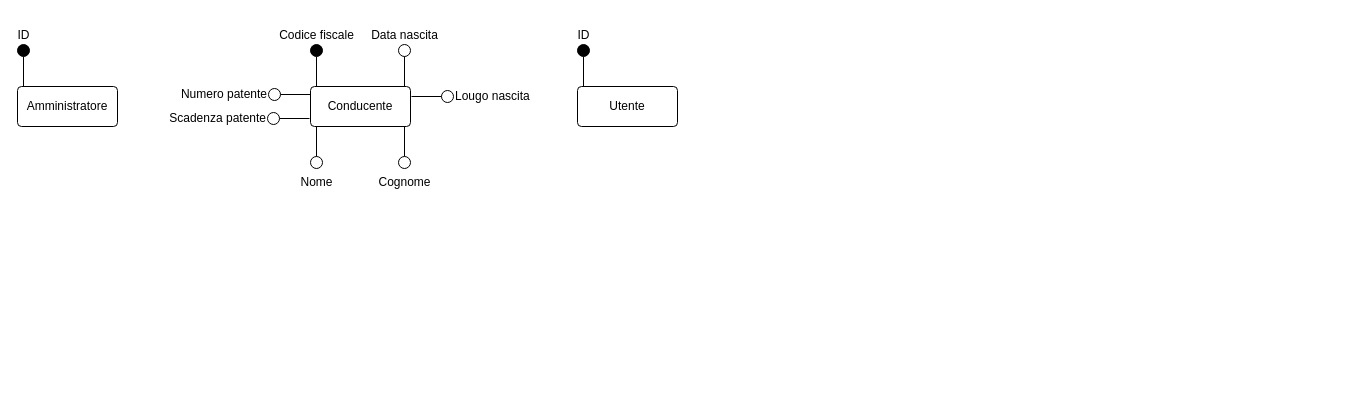
Earlier version of the draw.io diagram page "Turni" (2 of 3) of doc/ER-Diagram.drawio (FNX-hub/Public-Transport-DB). Source tidied: cells renumbered, new cells numbered last; positions are measured from the earlier drawing's top-left corner, leaving out a move shared by most shapes. Both pictures are drawn from the tidied source at 100%, with x=0, y=0 at pixel (17, 44).
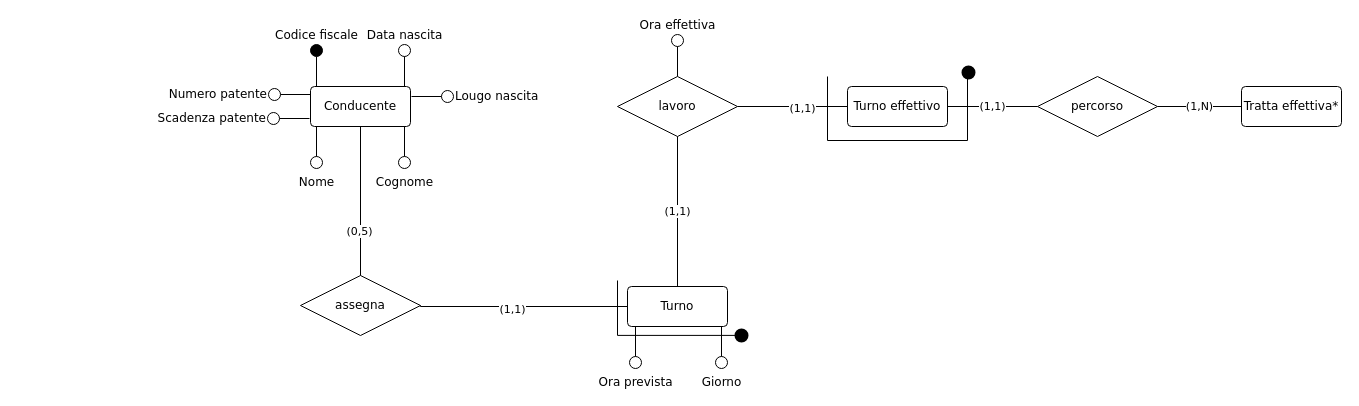
After the change.

The edit, as a diff of the source:
```diff
@@
-    <mxCell id="2" value="Amministratore" style="rounded=1;arcSize=10;whiteSpace=wrap;html=1;align=center;strokeWidth=1;fillColor=#FFFFFF;" parent="1" vertex="1">
-      <mxGeometry y="42" width="100" height="40" as="geometry" />
-    </mxCell>
-    <mxCell id="3" value="ID" style="shape=mxgraph.pid.fittings.blind_disc;html=1;align=center;verticalLabelPosition=top;verticalAlign=bottom;dashed=0;labelPosition=center;strokeWidth=1;fillColor=#FFFFFF;" parent="1" vertex="1">
-      <mxGeometry width="12" height="42" as="geometry" />
-    </mxCell>
-    <mxCell id="4" value="Conducente" style="rounded=1;arcSize=10;whiteSpace=wrap;html=1;align=center;strokeWidth=1;fillColor=#FFFFFF;" parent="1" vertex="1">
+    <mxCell id="4" value="Conducente" style="rounded=1;arcSize=10;whiteSpace=wrap;html=1;align=center;strokeWidth=1;fillColor=#FFFFFF;fontFamily=Verdana;" parent="1" vertex="1">
       <mxGeometry x="293" y="42" width="100" height="40" as="geometry" />
     </mxCell>
-    <mxCell id="5" value="Codice fiscale" style="shape=mxgraph.pid.fittings.blind_disc;html=1;align=center;verticalLabelPosition=top;verticalAlign=bottom;dashed=0;labelPosition=center;strokeWidth=1;fillColor=#FFFFFF;" parent="1" vertex="1">
+    <mxCell id="5" value="Codice fiscale" style="shape=mxgraph.pid.fittings.blind_disc;html=1;align=center;verticalLabelPosition=top;verticalAlign=bottom;dashed=0;labelPosition=center;strokeWidth=1;fillColor=#FFFFFF;fontFamily=Verdana;" parent="1" vertex="1">
       <mxGeometry x="293" width="12" height="42" as="geometry" />
     </mxCell>
-    <mxCell id="6" value="&lt;div&gt;Data nascita&lt;/div&gt;" style="shape=mxgraph.pid.fittings.open_disc;html=1;align=center;verticalLabelPosition=top;verticalAlign=bottom;dashed=0;labelPosition=center;strokeWidth=1;fillColor=#FFFFFF;" parent="1" vertex="1">
+    <mxCell id="6" value="&lt;div&gt;Data nascita&lt;/div&gt;" style="shape=mxgraph.pid.fittings.open_disc;html=1;align=center;verticalLabelPosition=top;verticalAlign=bottom;dashed=0;labelPosition=center;strokeWidth=1;fillColor=#FFFFFF;fontFamily=Verdana;" parent="1" vertex="1">
       <mxGeometry x="381" width="12" height="42" as="geometry" />
     </mxCell>
-    <mxCell id="7" value="Cognome" style="shape=mxgraph.pid.fittings.open_disc;html=1;align=center;verticalLabelPosition=bottom;verticalAlign=top;dashed=0;labelPosition=center;horizontal=1;direction=west;strokeWidth=1;fillColor=#FFFFFF;" parent="1" vertex="1">
+    <mxCell id="7" value="Cognome" style="shape=mxgraph.pid.fittings.open_disc;html=1;align=center;verticalLabelPosition=bottom;verticalAlign=top;dashed=0;labelPosition=center;horizontal=1;direction=west;strokeWidth=1;fillColor=#FFFFFF;fontFamily=Verdana;" parent="1" vertex="1">
       <mxGeometry x="381" y="82" width="12" height="42" as="geometry" />
     </mxCell>
-    <mxCell id="8" value="Nome" style="shape=mxgraph.pid.fittings.open_disc;html=1;align=center;verticalLabelPosition=bottom;verticalAlign=top;dashed=0;labelPosition=center;horizontal=1;direction=west;strokeWidth=1;fillColor=#FFFFFF;" parent="1" vertex="1">
+    <mxCell id="8" value="Nome" style="shape=mxgraph.pid.fittings.open_disc;html=1;align=center;verticalLabelPosition=bottom;verticalAlign=top;dashed=0;labelPosition=center;horizontal=1;direction=west;strokeWidth=1;fillColor=#FFFFFF;fontFamily=Verdana;" parent="1" vertex="1">
       <mxGeometry x="293" y="82" width="12" height="42" as="geometry" />
     </mxCell>
-    <mxCell id="9" value="&lt;div&gt;Lougo nascita&lt;/div&gt;" style="shape=mxgraph.pid.fittings.open_disc;html=1;align=left;verticalLabelPosition=middle;verticalAlign=middle;dashed=0;labelPosition=right;horizontal=1;direction=south;strokeWidth=1;fillColor=#FFFFFF;" parent="1" vertex="1">
+    <mxCell id="9" value="&lt;div&gt;Lougo nascita&lt;/div&gt;" style="shape=mxgraph.pid.fittings.open_disc;html=1;align=left;verticalLabelPosition=middle;verticalAlign=middle;dashed=0;labelPosition=right;horizontal=1;direction=south;strokeWidth=1;fillColor=#FFFFFF;fontFamily=Verdana;" parent="1" vertex="1">
       <mxGeometry x="394" y="46" width="42" height="12" as="geometry" />
     </mxCell>
-    <mxCell id="10" value="Numero patente" style="shape=mxgraph.pid.fittings.open_disc;html=1;align=right;verticalLabelPosition=middle;verticalAlign=middle;dashed=0;labelPosition=left;horizontal=1;direction=south;strokeWidth=1;fillColor=#FFFFFF;flipH=1;" parent="1" vertex="1">
+    <mxCell id="10" value="Numero patente" style="shape=mxgraph.pid.fittings.open_disc;html=1;align=right;verticalLabelPosition=middle;verticalAlign=middle;dashed=0;labelPosition=left;horizontal=1;direction=south;strokeWidth=1;fillColor=#FFFFFF;flipH=1;fontFamily=Verdana;" parent="1" vertex="1">
       <mxGeometry x="251" y="44" width="42" height="12" as="geometry" />
     </mxCell>
-    <mxCell id="11" value="Scadenza patente" style="shape=mxgraph.pid.fittings.open_disc;html=1;align=right;verticalLabelPosition=middle;verticalAlign=middle;dashed=0;labelPosition=left;horizontal=1;direction=south;strokeWidth=1;fillColor=#FFFFFF;flipH=1;" parent="1" vertex="1">
+    <mxCell id="11" value="Scadenza patente" style="shape=mxgraph.pid.fittings.open_disc;html=1;align=right;verticalLabelPosition=middle;verticalAlign=middle;dashed=0;labelPosition=left;horizontal=1;direction=south;strokeWidth=1;fillColor=#FFFFFF;flipH=1;fontFamily=Verdana;" parent="1" vertex="1">
       <mxGeometry x="250" y="68" width="42" height="12" as="geometry" />
     </mxCell>
-    <mxCell id="12" value="Utente" style="rounded=1;arcSize=10;whiteSpace=wrap;html=1;align=center;strokeWidth=1;fillColor=#FFFFFF;" parent="1" vertex="1">
-      <mxGeometry x="560" y="42" width="100" height="40" as="geometry" />
-    </mxCell>
-    <mxCell id="13" value="ID" style="shape=mxgraph.pid.fittings.blind_disc;html=1;align=center;verticalLabelPosition=top;verticalAlign=bottom;dashed=0;labelPosition=center;strokeWidth=1;fillColor=#FFFFFF;" parent="1" vertex="1">
-      <mxGeometry x="560" width="12" height="42" as="geometry" />
-    </mxCell>
+    <mxCell id="14" value="Turno" style="rounded=1;arcSize=10;whiteSpace=wrap;html=1;align=center;fontFamily=Verdana;" parent="1" vertex="1">
+      <mxGeometry x="610" y="242" width="100" height="40" as="geometry" />
+    </mxCell>
+    <mxCell id="15" value="&lt;div&gt;Turno effettivo&lt;/div&gt;" style="rounded=1;arcSize=10;whiteSpace=wrap;html=1;align=center;fillColor=#FFFFFF;fontFamily=Verdana;" parent="1" vertex="1">
+      <mxGeometry x="830" y="42" width="100" height="40" as="geometry" />
+    </mxCell>
+    <mxCell id="16" value="assegna" style="shape=rhombus;perimeter=rhombusPerimeter;whiteSpace=wrap;html=1;align=center;fillColor=#FFFFFF;fontFamily=Verdana;" parent="1" vertex="1">
+      <mxGeometry x="283" y="231" width="120" height="60" as="geometry" />
+    </mxCell>
+    <mxCell id="17" style="endArrow=none;html=1;rounded=0;exitX=0.5;exitY=1;exitDx=0;exitDy=0;entryX=0.5;entryY=0;entryDx=0;entryDy=0;fontFamily=Verdana;" parent="1" edge="1" source="4" target="16">
+      <mxGeometry relative="1" as="geometry" />
+    </mxCell>
+    <mxCell id="18" value="(0,5)" style="edgeLabel;html=1;align=center;verticalAlign=middle;fontFamily=Verdana;" parent="17" vertex="1">
+      <mxGeometry x="0.4" y="-2" relative="1" as="geometry" />
+    </mxCell>
+    <mxCell id="19" style="endArrow=none;html=1;rounded=0;exitX=1;exitY=0.5;exitDx=0;exitDy=0;entryX=0;entryY=0.5;entryDx=0;entryDy=0;edgeStyle=elbowEdgeStyle;elbow=vertical;fontFamily=Verdana;" parent="1" edge="1" source="16" target="14">
+      <mxGeometry relative="1" as="geometry">
+        <Array as="points">
+          <mxPoint x="480" y="262" />
+        </Array>
+      </mxGeometry>
+    </mxCell>
+    <mxCell id="20" value="(1,1)" style="edgeLabel;html=1;align=center;verticalAlign=middle;fontFamily=Verdana;" parent="19" vertex="1">
+      <mxGeometry x="-0.12" y="-2" relative="1" as="geometry" />
+    </mxCell>
+    <mxCell id="21" value="lavoro" style="shape=rhombus;perimeter=rhombusPerimeter;whiteSpace=wrap;html=1;align=center;fillColor=#FFFFFF;fontFamily=Verdana;" parent="1" vertex="1">
+      <mxGeometry x="600" y="32" width="120" height="60" as="geometry" />
+    </mxCell>
+    <mxCell id="22" style="endArrow=none;html=1;rounded=0;entryX=0;entryY=0.5;entryDx=0;entryDy=0;exitX=1;exitY=0.5;exitDx=0;exitDy=0;fontFamily=Verdana;" parent="1" edge="1" source="21" target="15">
+      <mxGeometry relative="1" as="geometry" />
+    </mxCell>
+    <mxCell id="23" value="(1,1)" style="edgeLabel;html=1;align=center;verticalAlign=middle;fontFamily=Verdana;" parent="22" vertex="1">
+      <mxGeometry x="0.16" y="-1" relative="1" as="geometry" />
+    </mxCell>
+    <mxCell id="24" value="(1,1)" style="endArrow=none;html=1;rounded=0;exitX=0.5;exitY=0;exitDx=0;exitDy=0;entryX=0.5;entryY=1;entryDx=0;entryDy=0;fontFamily=Verdana;" parent="1" edge="1" source="14" target="21">
+      <mxGeometry relative="1" as="geometry" />
+    </mxCell>
+    <mxCell id="25" value="Tratta effettiva*" style="rounded=1;arcSize=10;whiteSpace=wrap;html=1;align=center;fillColor=#FFFFFF;fontFamily=Verdana;" parent="1" vertex="1">
+      <mxGeometry x="1224" y="42" width="100" height="40" as="geometry" />
+    </mxCell>
+    <mxCell id="26" value="percorso" style="shape=rhombus;perimeter=rhombusPerimeter;whiteSpace=wrap;html=1;align=center;fillColor=#FFFFFF;fontFamily=Verdana;" parent="1" vertex="1">
+      <mxGeometry x="1020" y="32" width="120" height="60" as="geometry" />
+    </mxCell>
+    <mxCell id="27" value="(1,1)" style="endArrow=none;html=1;rounded=0;entryX=0;entryY=0.5;entryDx=0;entryDy=0;exitX=1;exitY=0.5;exitDx=0;exitDy=0;fontFamily=Verdana;" parent="1" edge="1" source="15" target="26">
+      <mxGeometry relative="1" as="geometry" />
+    </mxCell>
+    <mxCell id="28" value="(1,N)" style="endArrow=none;html=1;rounded=0;entryX=0;entryY=0.5;entryDx=0;entryDy=0;exitX=1;exitY=0.5;exitDx=0;exitDy=0;fontFamily=Verdana;" parent="1" edge="1" source="26" target="25">
+      <mxGeometry relative="1" as="geometry" />
+    </mxCell>
+    <mxCell id="29" value="Giorno" style="shape=mxgraph.pid.fittings.open_disc;html=1;align=center;verticalLabelPosition=bottom;verticalAlign=top;dashed=0;labelPosition=center;horizontal=1;direction=west;fontFamily=Verdana;" parent="1" vertex="1">
+      <mxGeometry x="698" y="282" width="12" height="42" as="geometry" />
+    </mxCell>
+    <mxCell id="30" value="Ora prevista" style="shape=mxgraph.pid.fittings.open_disc;html=1;align=center;verticalLabelPosition=bottom;verticalAlign=top;dashed=0;labelPosition=center;horizontal=1;direction=west;fontFamily=Verdana;" parent="1" vertex="1">
+      <mxGeometry x="612" y="282" width="12" height="42" as="geometry" />
+    </mxCell>
+    <mxCell id="31" style="endArrow=none;html=1;rounded=0;align=left;edgeStyle=elbowEdgeStyle;fontFamily=Verdana;" parent="1" edge="1">
+      <mxGeometry relative="1" as="geometry">
+        <mxPoint x="600" y="236" as="sourcePoint" />
+        <mxPoint x="730" y="290.9" as="targetPoint" />
+        <Array as="points">
+          <mxPoint x="600" y="266" />
+        </Array>
+      </mxGeometry>
+    </mxCell>
+    <mxCell id="32" style="strokeWidth=2;html=1;shape=mxgraph.flowchart.start_2;whiteSpace=wrap;fillColor=#000000;align=center;verticalAlign=bottom;fontFamily=Verdana;" parent="1" vertex="1">
+      <mxGeometry x="718" y="285" width="12" height="12" as="geometry" />
+    </mxCell>
+    <mxCell id="33" style="endArrow=none;html=1;rounded=0;align=left;edgeStyle=elbowEdgeStyle;elbow=vertical;fontFamily=Verdana;" parent="1" edge="1">
+      <mxGeometry relative="1" as="geometry">
+        <mxPoint x="810" y="32" as="sourcePoint" />
+        <mxPoint x="950" y="32" as="targetPoint" />
+        <Array as="points">
+          <mxPoint x="880" y="96" />
+        </Array>
+      </mxGeometry>
+    </mxCell>
+    <mxCell id="34" style="strokeWidth=2;html=1;shape=mxgraph.flowchart.start_2;whiteSpace=wrap;fillColor=#000000;align=center;verticalAlign=bottom;fontFamily=Verdana;" parent="1" vertex="1">
+      <mxGeometry x="945" y="22" width="12" height="12" as="geometry" />
+    </mxCell>
+    <mxCell id="35" value="&lt;div&gt;Ora effettiva&lt;/div&gt;" style="shape=mxgraph.pid.fittings.open_disc;html=1;align=center;verticalLabelPosition=top;verticalAlign=bottom;dashed=0;labelPosition=center;fontFamily=Verdana;" parent="1" vertex="1">
+      <mxGeometry x="654" y="-10" width="12" height="42" as="geometry" />
+    </mxCell>
```
